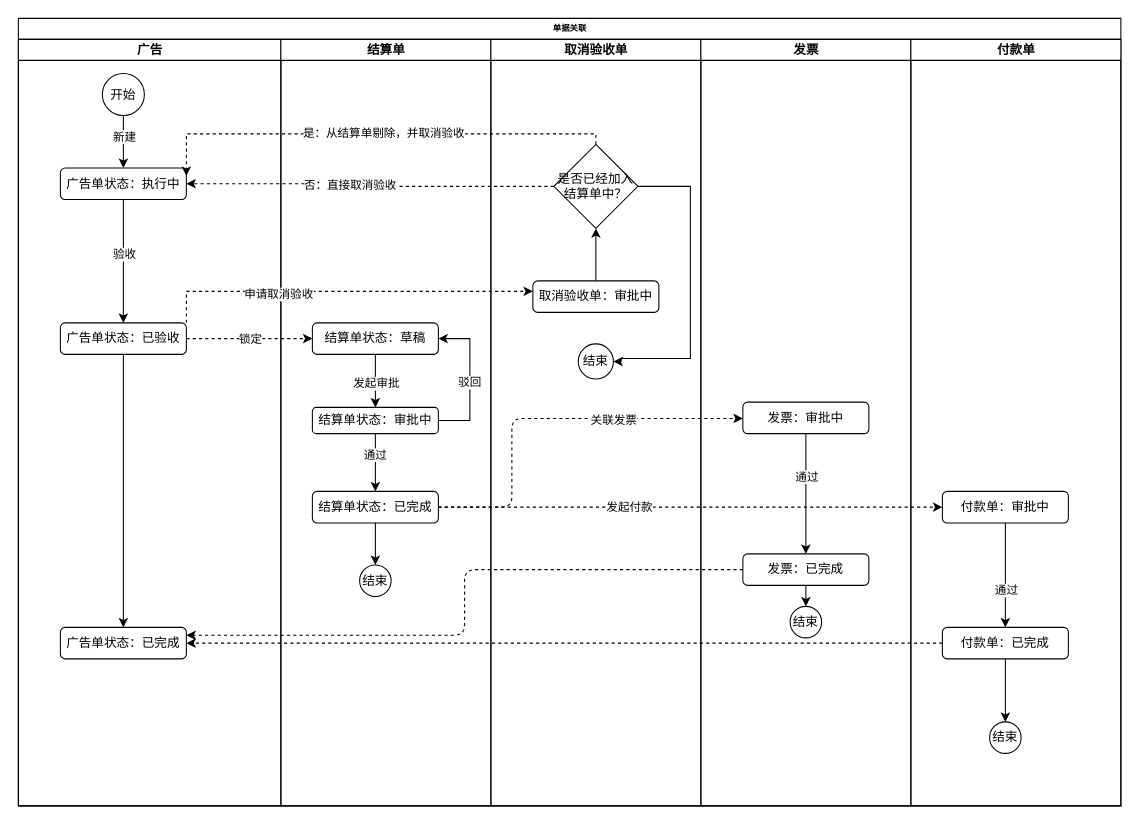
Before: 单据泳道图.drawio in Lucreziacici/work-diary, a draw.io diagram. Source tidied: cells renumbered, new cells numbered last; positions are measured from the earlier drawing's top-left corner, leaving out a move shared by most shapes. Both pictures are drawn from the tidied source at 105%, with x=0, y=0 at pixel (18, 18).
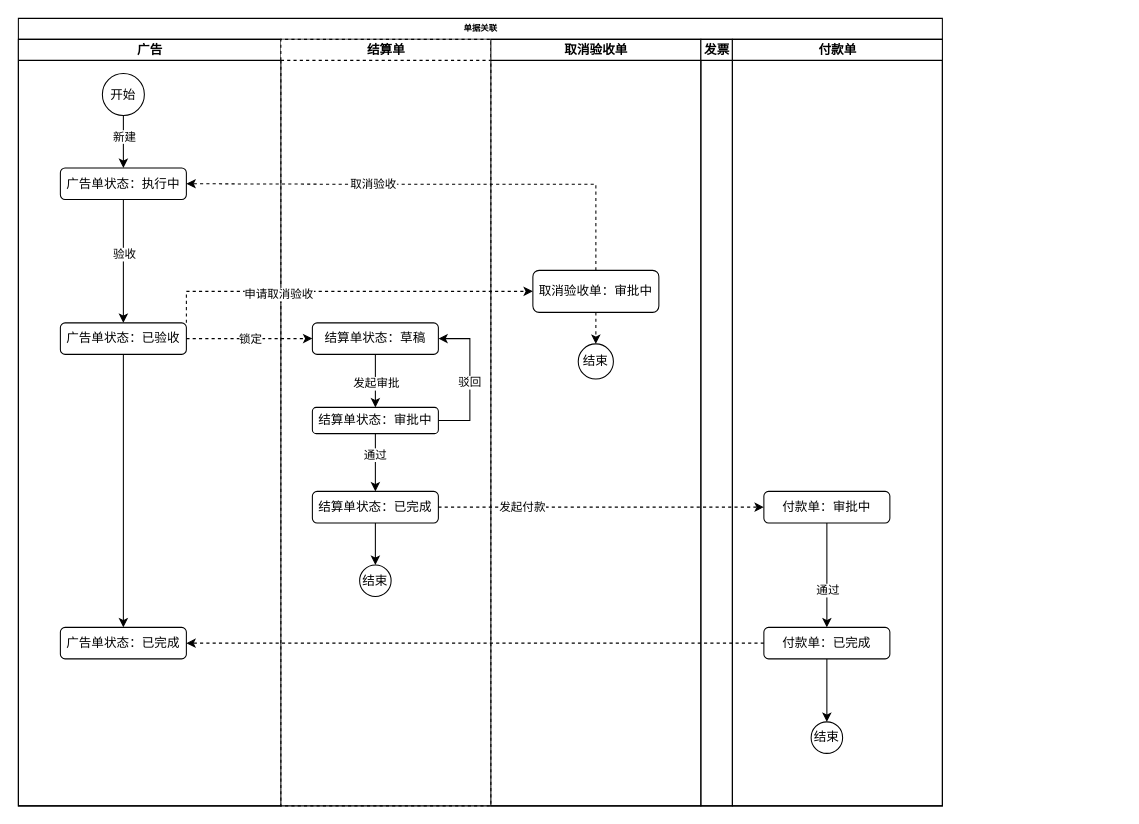
The same page after the edit.

Commit message:
Update 单据泳道图.drawio

The change refers to these unchanged cells:
```xml
<mxCell id="5" value="广告单状态：执行中" style="rounded=1;whiteSpace=wrap;html=1;" parent="3" vertex="1">
  <mxGeometry x="40" y="122.5" width="120" height="30" as="geometry" />
</mxCell>
<mxCell id="11" value="广告单状态：已完成" style="whiteSpace=wrap;html=1;rounded=1;" parent="3" vertex="1">
  <mxGeometry x="40" y="560" width="120" height="30" as="geometry" />
</mxCell>
<mxCell id="23" value="结算单状态：已完成" style="whiteSpace=wrap;html=1;rounded=1;" parent="13" vertex="1">
  <mxGeometry x="30" y="430.5" width="120" height="30" as="geometry" />
</mxCell>
<mxCell id="25" value="取消验收单" style="swimlane;html=1;startSize=20;" parent="2" vertex="1">
  <mxGeometry x="450" y="20" width="200" height="730" as="geometry" />
</mxCell>
<mxCell id="30" value="结束" style="ellipse;whiteSpace=wrap;html=1;" parent="25" vertex="1">
  <mxGeometry x="83.2" y="290" width="33.5" height="33.5" as="geometry" />
</mxCell>
```

The edit, as a diff of the source:
```diff
@@
     <mxCell id="2" value="单据关联" style="swimlane;html=1;startSize=20;rounded=0;shadow=0;labelBackgroundColor=none;strokeWidth=1;fontFamily=Verdana;fontSize=8;align=center;" parent="1" vertex="1">
-      <mxGeometry width="1050" height="750" as="geometry" />
+      <mxGeometry width="880" height="750" as="geometry" />
     </mxCell>
@@
-    <mxCell id="13" value="结算单" style="swimlane;html=1;startSize=20;" parent="2" vertex="1">
+    <mxCell id="13" value="结算单" style="swimlane;html=1;startSize=20;dashed=1;" parent="2" vertex="1">
       <mxGeometry x="250" y="20" width="200" height="730" as="geometry" />
     </mxCell>
@@
-    <mxCell id="26" style="edgeStyle=orthogonalEdgeStyle;rounded=0;jettySize=auto;html=1;" parent="25" edge="1" source="27" target="29">
-      <mxGeometry relative="1" as="geometry" />
-    </mxCell>
+    <mxCell id="59" style="edgeStyle=orthogonalEdgeStyle;rounded=0;jettySize=auto;html=1;dashed=1;" parent="25" edge="1" source="27" target="30">
+      <mxGeometry relative="1" as="geometry" />
+    </mxCell>
     <mxCell id="27" value="取消验收单：审批中" style="rounded=1;whiteSpace=wrap;html=1;" parent="25" vertex="1">
-      <mxGeometry x="40" y="230" width="120" height="30" as="geometry" />
+      <mxGeometry x="40" y="220" width="120" height="40" as="geometry" />
     </mxCell>
-    <mxCell id="28" style="edgeStyle=orthogonalEdgeStyle;rounded=0;jettySize=auto;html=1;entryX=1;entryY=0.5;entryDx=0;entryDy=0;" parent="25" edge="1" source="29" target="30">
-      <mxGeometry relative="1" as="geometry">
-        <Array as="points">
-          <mxPoint x="190" y="140" />
-          <mxPoint x="190" y="304" />
-          <mxPoint x="124" y="304" />
-        </Array>
-      </mxGeometry>
-    </mxCell>
-    <mxCell id="29" value="是否已经加入结算单中？" style="rhombus;whiteSpace=wrap;html=1;" parent="25" vertex="1">
-      <mxGeometry x="60" y="100" width="80" height="80" as="geometry" />
-    </mxCell>
@@
-    <mxCell id="31" value="发票" style="swimlane;html=1;startSize=20;" parent="2" vertex="1">
-      <mxGeometry x="650" y="20" width="200" height="730" as="geometry" />
+    <mxCell id="31" value="发票" style="swimlane;html=1;startSize=20;" parent="2" vertex="1" collapsed="1">
+      <mxGeometry x="650" y="20" width="30" height="730" as="geometry" />
     </mxCell>
-    <mxCell id="32" style="edgeStyle=orthogonalEdgeStyle;curved=0;rounded=1;sketch=0;jettySize=auto;html=1;entryX=0.5;entryY=0;entryDx=0;entryDy=0;" parent="31" edge="1" source="34" target="36">
-      <mxGeometry relative="1" as="geometry" />
-    </mxCell>
-    <mxCell id="33" value="通过" style="edgeLabel;html=1;align=center;verticalAlign=middle;" parent="32" vertex="1">
-      <mxGeometry x="-0.29" relative="1" as="geometry" />
-    </mxCell>
-    <mxCell id="34" value="发票：审批中" style="rounded=1;whiteSpace=wrap;html=1;" parent="31" vertex="1">
-      <mxGeometry x="40" y="345.5" width="120" height="30" as="geometry" />
-    </mxCell>
-    <mxCell id="35" style="edgeStyle=orthogonalEdgeStyle;curved=0;rounded=1;sketch=0;jettySize=auto;html=1;entryX=0.5;entryY=0;entryDx=0;entryDy=0;" parent="31" edge="1" source="36" target="37">
-      <mxGeometry relative="1" as="geometry" />
-    </mxCell>
-    <mxCell id="36" value="发票：已完成" style="rounded=1;whiteSpace=wrap;html=1;" parent="31" vertex="1">
-      <mxGeometry x="40" y="490" width="120" height="30" as="geometry" />
-    </mxCell>
-    <mxCell id="37" value="结束" style="ellipse;whiteSpace=wrap;html=1;" parent="31" vertex="1">
-      <mxGeometry x="85" y="540" width="30" height="30" as="geometry" />
-    </mxCell>
     <mxCell id="38" value="付款单" style="swimlane;html=1;startSize=20;" parent="2" vertex="1">
-      <mxGeometry x="850" y="20" width="200" height="730" as="geometry" />
+      <mxGeometry x="680" y="20" width="200" height="730" as="geometry" />
     </mxCell>
@@
-    <mxCell id="49" style="edgeStyle=orthogonalEdgeStyle;rounded=0;jettySize=auto;html=1;entryX=1;entryY=0.5;entryDx=0;entryDy=0;dashed=1;" parent="2" edge="1" source="29" target="5">
-      <mxGeometry relative="1" as="geometry" />
-    </mxCell>
-    <mxCell id="50" value="否：直接取消验收" style="edgeLabel;html=1;align=center;verticalAlign=middle;" parent="49" vertex="1">
-      <mxGeometry x="0.12" y="1" relative="1" as="geometry" />
-    </mxCell>
-    <mxCell id="51" style="edgeStyle=orthogonalEdgeStyle;rounded=0;jettySize=auto;html=1;entryX=1;entryY=0.25;entryDx=0;entryDy=0;dashed=1;" parent="2" edge="1" source="29" target="5">
-      <mxGeometry relative="1" as="geometry">
-        <Array as="points">
-          <mxPoint x="550" y="110" />
-          <mxPoint x="160" y="110" />
-        </Array>
-      </mxGeometry>
-    </mxCell>
-    <mxCell id="52" value="是：从结算单剔除，并取消验收" style="edgeLabel;html=1;align=center;verticalAlign=middle;" parent="51" vertex="1">
-      <mxGeometry x="-0.03" y="-2" relative="1" as="geometry" />
-    </mxCell>
@@
-    <mxCell id="56" style="edgeStyle=orthogonalEdgeStyle;curved=0;rounded=1;sketch=0;jettySize=auto;html=1;dashed=1;" parent="2" edge="1" source="23" target="34">
-      <mxGeometry relative="1" as="geometry">
-        <Array as="points">
-          <mxPoint x="470" y="466" />
-          <mxPoint x="470" y="381" />
-        </Array>
-      </mxGeometry>
-    </mxCell>
-    <mxCell id="57" value="关联发票" style="edgeLabel;html=1;align=center;verticalAlign=middle;" parent="56" vertex="1">
-      <mxGeometry x="0.34" y="-1" relative="1" as="geometry" />
-    </mxCell>
-    <mxCell id="58" style="edgeStyle=orthogonalEdgeStyle;curved=0;rounded=1;sketch=0;jettySize=auto;html=1;entryX=1;entryY=0.25;entryDx=0;entryDy=0;dashed=1;" parent="2" edge="1" source="36" target="11">
-      <mxGeometry relative="1" as="geometry" />
-    </mxCell>
+    <mxCell id="60" style="edgeStyle=orthogonalEdgeStyle;rounded=0;jettySize=auto;html=1;entryX=1;entryY=0.5;entryDx=0;entryDy=0;dashed=1;" parent="2" edge="1" source="27" target="5">
+      <mxGeometry relative="1" as="geometry">
+        <Array as="points">
+          <mxPoint x="550" y="158" />
+          <mxPoint x="325" y="158" />
+        </Array>
+      </mxGeometry>
+    </mxCell>
+    <mxCell id="61" value="取消验收" style="edgeLabel;html=1;align=center;verticalAlign=middle;" parent="60" vertex="1">
+      <mxGeometry x="0.25" y="-1" relative="1" as="geometry" />
+    </mxCell>
```
